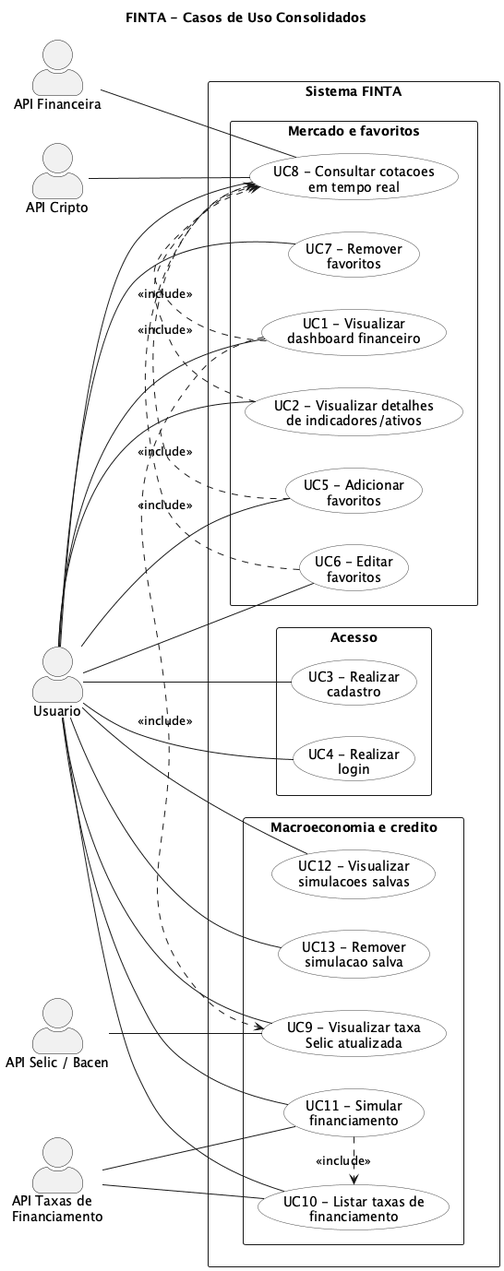
The PlantUML diagram Tópicos Avançados de Engenharia de Software/lab-3/diagrams/casos-de-uso-finta.png in p4cs-974/projeto-finta, before a commit. Its diagram source:
```plantuml
@startuml casos-de-uso-finta
left to right direction
skinparam shadowing false
skinparam packageStyle rectangle
skinparam usecase {
  BackgroundColor white
  BorderColor #444444
}
skinparam actorStyle awesome

title FINTA - Casos de Uso Consolidados

actor "Usuario" as User
actor "API Financeira" as FinanceApi
actor "API Cripto" as CryptoApi
actor "API Selic / Bacen" as SelicApi
actor "API Taxas de\nFinanciamento" as FundingApi

rectangle "Sistema FINTA" {
  package "Acesso" {
    usecase "UC3 - Realizar\ncadastro" as UC3
    usecase "UC4 - Realizar\nlogin" as UC4
  }

  package "Mercado e favoritos" {
    usecase "UC1 - Visualizar\ndashboard financeiro" as UC1
    usecase "UC2 - Visualizar detalhes\nde indicadores/ativos" as UC2
    usecase "UC5 - Adicionar\nfavoritos" as UC5
    usecase "UC6 - Editar\nfavoritos" as UC6
    usecase "UC7 - Remover\nfavoritos" as UC7
    usecase "UC8 - Consultar cotacoes\nem tempo real" as UC8
  }

  package "Macroeconomia e credito" {
    usecase "UC9 - Visualizar taxa\nSelic atualizada" as UC9
    usecase "UC10 - Listar taxas de\nfinanciamento" as UC10
    usecase "UC11 - Simular\nfinanciamento" as UC11
    usecase "UC12 - Visualizar\nsimulacoes salvas" as UC12
    usecase "UC13 - Remover\nsimulacao salva" as UC13
  }
}

User -- UC1
User -- UC2
User -- UC3
User -- UC4
User -- UC5
User -- UC6
User -- UC7
User -- UC8
User -- UC9
User -- UC10
User -- UC11
User -- UC12
User -- UC13

UC1 .> UC8 : <<include>>
UC1 .> UC9 : <<include>>
UC2 .> UC8 : <<include>>
UC5 .> UC8 : <<include>>
UC6 .> UC8 : <<include>>
UC11 .> UC10 : <<include>>

FinanceApi -- UC8
CryptoApi -- UC8
SelicApi -- UC9
FundingApi -- UC10
FundingApi -- UC11

@enduml
```
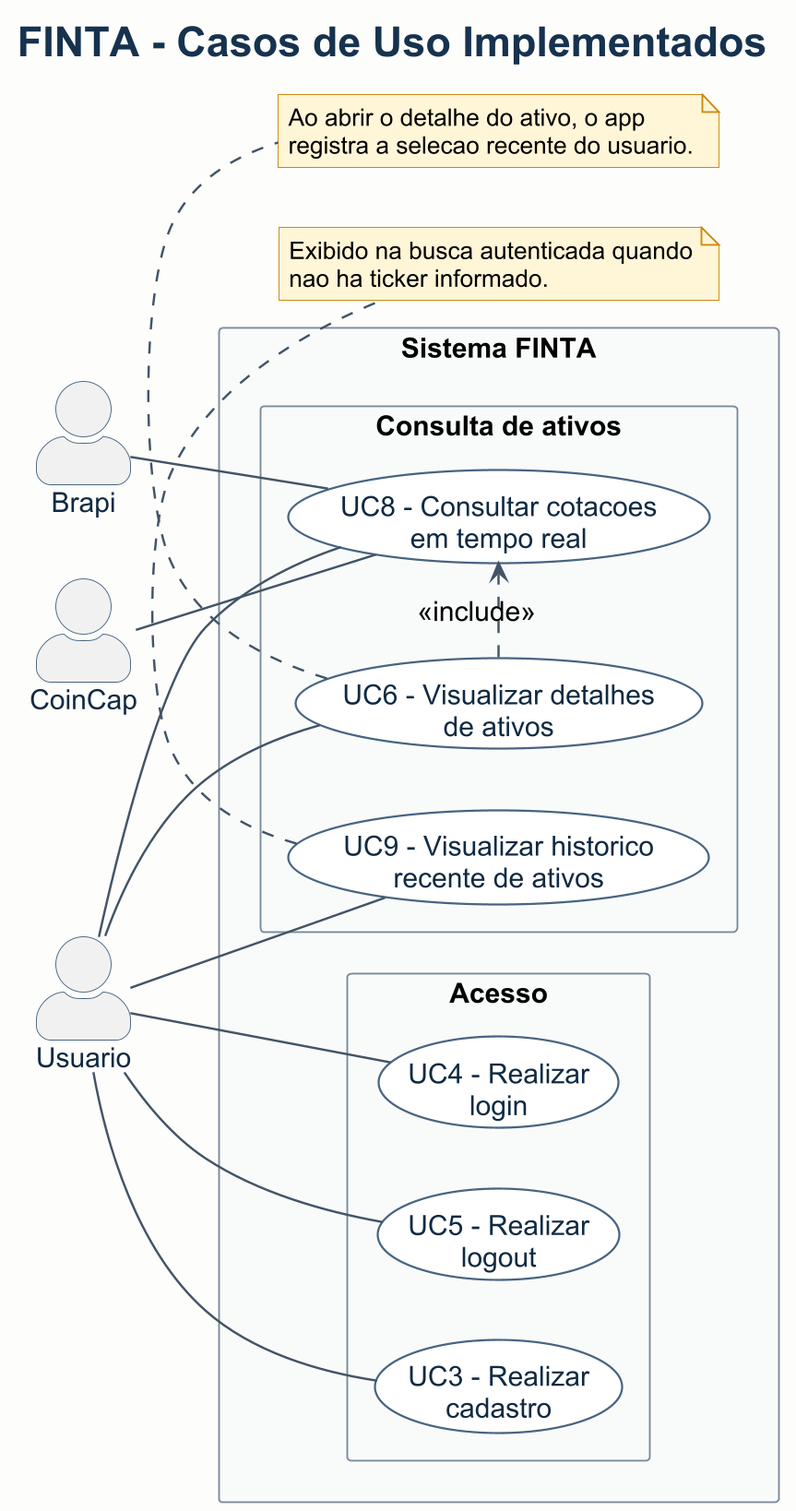
After the change.

Diff of the diagram source:
```diff
@@ -2,69 +2,77 @@
 left to right direction
 skinparam shadowing false
 skinparam packageStyle rectangle
+skinparam actorStyle awesome
+skinparam dpi 180
+skinparam backgroundColor #FCFCFA
+skinparam defaultFontName Arial
+skinparam defaultFontSize 16
+skinparam titleFontSize 24
+skinparam titleFontColor #16324F
+skinparam packageTitleFontSize 18
+skinparam packageTitleFontColor #16324F
+skinparam packageBorderColor #7A8A99
+skinparam packageBackgroundColor #F2F5F7
+skinparam rectangleBorderColor #7A8A99
+skinparam rectangleBackgroundColor #F8FAFB
+skinparam noteFontSize 14
+skinparam noteBackgroundColor #FFF5D6
+skinparam noteBorderColor #C88A12
+skinparam ArrowColor #425466
+skinparam ArrowThickness 1.3
 skinparam usecase {
-  BackgroundColor white
-  BorderColor #444444
+  FontSize 16
+  FontColor #102A43
+  BackgroundColor #FFFFFF
+  BorderColor #486581
+  BorderThickness 1.2
 }
-skinparam actorStyle awesome
+skinparam actor {
+  FontSize 16
+  FontColor #102A43
+  BorderColor #486581
+}
 
-title FINTA - Casos de Uso Consolidados
+title FINTA - Casos de Uso Implementados
 
 actor "Usuario" as User
-actor "API Financeira" as FinanceApi
-actor "API Cripto" as CryptoApi
-actor "API Selic / Bacen" as SelicApi
-actor "API Taxas de\nFinanciamento" as FundingApi
+actor "Brapi" as Brapi
+actor "CoinCap" as CoinCap
 
 rectangle "Sistema FINTA" {
   package "Acesso" {
     usecase "UC3 - Realizar\ncadastro" as UC3
     usecase "UC4 - Realizar\nlogin" as UC4
+    usecase "UC5 - Realizar\nlogout" as UC5
   }
 
-  package "Mercado e favoritos" {
-    usecase "UC1 - Visualizar\ndashboard financeiro" as UC1
-    usecase "UC2 - Visualizar detalhes\nde indicadores/ativos" as UC2
-    usecase "UC5 - Adicionar\nfavoritos" as UC5
-    usecase "UC6 - Editar\nfavoritos" as UC6
-    usecase "UC7 - Remover\nfavoritos" as UC7
+  package "Consulta de ativos" {
+    usecase "UC6 - Visualizar detalhes\nde ativos" as UC6
     usecase "UC8 - Consultar cotacoes\nem tempo real" as UC8
-  }
-
-  package "Macroeconomia e credito" {
-    usecase "UC9 - Visualizar taxa\nSelic atualizada" as UC9
-    usecase "UC10 - Listar taxas de\nfinanciamento" as UC10
-    usecase "UC11 - Simular\nfinanciamento" as UC11
-    usecase "UC12 - Visualizar\nsimulacoes salvas" as UC12
-    usecase "UC13 - Remover\nsimulacao salva" as UC13
+    usecase "UC9 - Visualizar historico\nrecente de ativos" as UC9
   }
 }
 
-User -- UC1
-User -- UC2
 User -- UC3
 User -- UC4
 User -- UC5
 User -- UC6
-User -- UC7
 User -- UC8
 User -- UC9
-User -- UC10
-User -- UC11
-User -- UC12
-User -- UC13
 
-UC1 .> UC8 : <<include>>
-UC1 .> UC9 : <<include>>
-UC2 .> UC8 : <<include>>
-UC5 .> UC8 : <<include>>
 UC6 .> UC8 : <<include>>
-UC11 .> UC10 : <<include>>
 
-FinanceApi -- UC8
-CryptoApi -- UC8
-SelicApi -- UC9
-FundingApi -- UC10
-FundingApi -- UC11
+Brapi -- UC8
+CoinCap -- UC8
+
+note bottom of UC9
+Exibido na busca autenticada quando
+nao ha ticker informado.
+end note
+
+note bottom of UC6
+Ao abrir o detalhe do ativo, o app
+registra a selecao recente do usuario.
+end note
 
 @enduml
```
